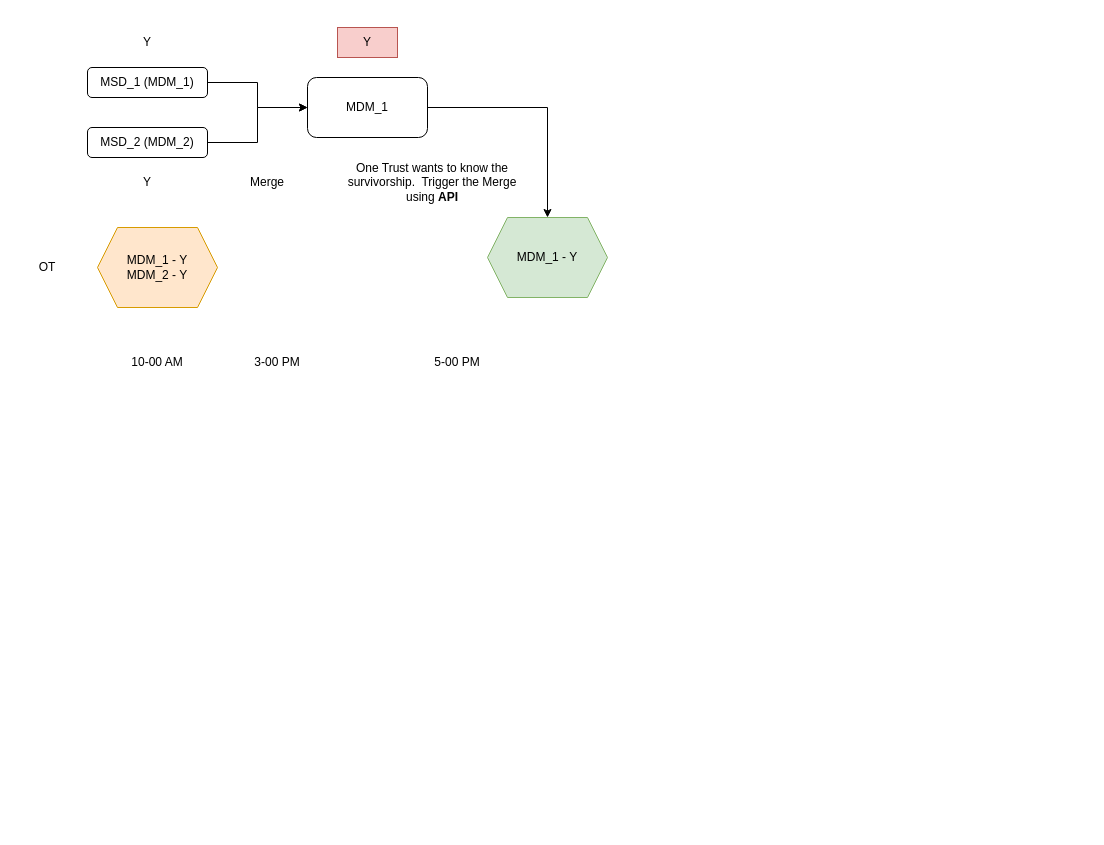
Above: page "MDM-Merge-OT" (33 of 33) of TME.drawio in biswarup81/drawings (draw.io), before the change. Source tidied: cells renumbered, new cells numbered last; positions are measured from the earlier drawing's top-left corner, leaving out a move shared by most shapes. Both pictures are drawn from the tidied source at 100%, with x=0, y=0 at pixel (17, 27).
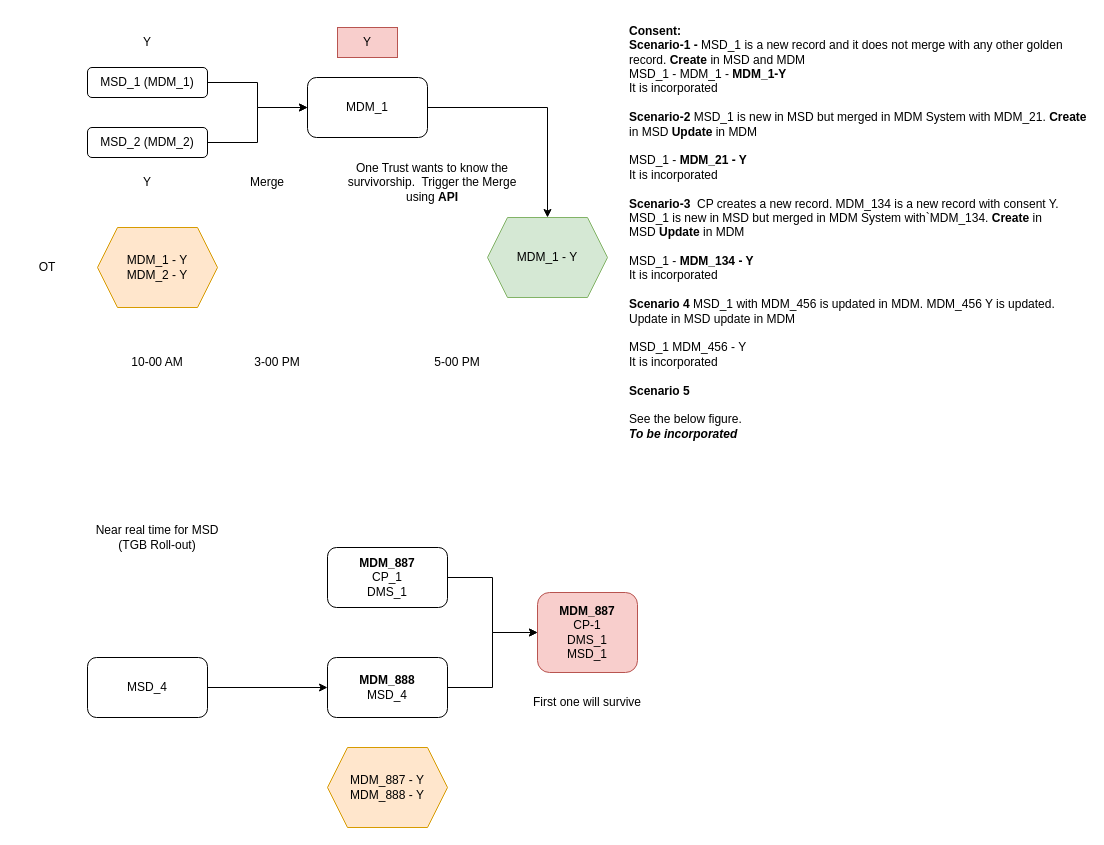
After the change.

The edit, as a diff of the source:
```diff
@@
+    <mxCell id="19" value="&lt;b&gt;Consent:&lt;br&gt;Scenario-1 - &lt;/b&gt;MSD_1 is a new record and it does not merge with any other golden record. &lt;b&gt;Create &lt;/b&gt;in MSD and MDM&lt;br&gt;MSD_1 - MDM_1 - &lt;b&gt;MDM_1-Y&lt;/b&gt;&lt;br&gt;It is incorporated&lt;br&gt;&lt;br&gt;&lt;b&gt;Scenario-2 &lt;/b&gt;MSD_1 is new in MSD but merged in MDM System with MDM_21. &lt;b&gt;Create &lt;/b&gt;in MSD &lt;b&gt;Update &lt;/b&gt;in MDM&lt;br&gt;&lt;br&gt;MSD_1 - &lt;b&gt;MDM_21 - Y&lt;/b&gt;&lt;br&gt;It is incorporated&lt;br&gt;&lt;br&gt;&lt;b&gt;Scenario-3&amp;nbsp;&lt;/b&gt;&amp;nbsp;CP creates a new record. MDM_134 is a new record with consent Y. MSD_1 is new in MSD but merged in MDM System with`MDM_134.&amp;nbsp;&lt;b style=&quot;border-color: var(--border-color);&quot;&gt;Create&amp;nbsp;&lt;/b&gt;in MSD&amp;nbsp;&lt;b style=&quot;border-color: var(--border-color);&quot;&gt;Update&amp;nbsp;&lt;/b&gt;in MDM&lt;br&gt;&lt;br&gt;MSD_1 -&amp;nbsp;&lt;b style=&quot;border-color: var(--border-color);&quot;&gt;MDM_134 - Y&lt;br&gt;&lt;/b&gt;It is incorporated&lt;br&gt;&lt;br&gt;&lt;b&gt;Scenario 4 &lt;/b&gt;MSD_1 with MDM_456 is updated in MDM. MDM_456 Y is updated. Update in MSD update in MDM&lt;br&gt;&lt;br&gt;MSD_1 MDM_456 - Y&lt;br&gt;It is incorporated&lt;br&gt;&lt;br&gt;&lt;b&gt;Scenario 5&amp;nbsp;&lt;br&gt;&lt;/b&gt;&lt;br&gt;See the below figure.&lt;br&gt;&lt;i&gt;&lt;b&gt;To be incorporated&lt;/b&gt;&lt;/i&gt;" style="text;html=1;strokeColor=none;fillColor=none;align=left;verticalAlign=middle;whiteSpace=wrap;rounded=0;" parent="1" vertex="1">
+      <mxGeometry x="610" y="-10" width="460" height="430" as="geometry" />
+    </mxCell>
+    <mxCell id="20" style="edgeStyle=orthogonalEdgeStyle;rounded=0;jettySize=auto;html=1;" parent="1" edge="1" source="21" target="26">
+      <mxGeometry relative="1" as="geometry" />
+    </mxCell>
+    <mxCell id="21" value="&lt;b&gt;MDM_887&lt;/b&gt;&lt;br&gt;CP_1&lt;br&gt;DMS_1" style="rounded=1;whiteSpace=wrap;html=1;" parent="1" vertex="1">
+      <mxGeometry x="310" y="520" width="120" height="60" as="geometry" />
+    </mxCell>
+    <mxCell id="22" style="edgeStyle=orthogonalEdgeStyle;rounded=0;jettySize=auto;html=1;" parent="1" edge="1" source="23" target="26">
+      <mxGeometry relative="1" as="geometry" />
+    </mxCell>
+    <mxCell id="23" value="&lt;b&gt;MDM_888&lt;/b&gt;&lt;br&gt;MSD_4" style="rounded=1;whiteSpace=wrap;html=1;" parent="1" vertex="1">
+      <mxGeometry x="310" y="630" width="120" height="60" as="geometry" />
+    </mxCell>
+    <mxCell id="24" style="edgeStyle=orthogonalEdgeStyle;rounded=0;jettySize=auto;html=1;" parent="1" edge="1" source="25" target="23">
+      <mxGeometry relative="1" as="geometry" />
+    </mxCell>
+    <mxCell id="25" value="MSD_4" style="rounded=1;whiteSpace=wrap;html=1;" parent="1" vertex="1">
+      <mxGeometry x="70" y="630" width="120" height="60" as="geometry" />
+    </mxCell>
+    <mxCell id="26" value="&lt;b&gt;MDM_887&lt;/b&gt;&lt;br&gt;CP-1&lt;br&gt;DMS_1&lt;br&gt;MSD_1" style="rounded=1;whiteSpace=wrap;html=1;fillColor=#f8cecc;strokeColor=#b85450;" parent="1" vertex="1">
+      <mxGeometry x="520" y="565" width="100" height="80" as="geometry" />
+    </mxCell>
+    <mxCell id="27" value="First one will survive" style="text;html=1;strokeColor=none;fillColor=none;align=center;verticalAlign=middle;whiteSpace=wrap;rounded=0;" parent="1" vertex="1">
+      <mxGeometry x="490" y="660" width="160" height="30" as="geometry" />
+    </mxCell>
+    <mxCell id="28" value="MDM_887 - Y&lt;br&gt;MDM_888 - Y" style="shape=hexagon;perimeter=hexagonPerimeter2;whiteSpace=wrap;html=1;fixedSize=1;fillColor=#ffe6cc;strokeColor=#d79b00;" parent="1" vertex="1">
+      <mxGeometry x="310" y="720" width="120" height="80" as="geometry" />
+    </mxCell>
+    <mxCell id="29" value="Near real time for MSD&lt;br&gt;(TGB Roll-out)" style="text;html=1;strokeColor=none;fillColor=none;align=center;verticalAlign=middle;whiteSpace=wrap;rounded=0;" parent="1" vertex="1">
+      <mxGeometry x="60" y="490" width="160" height="40" as="geometry" />
+    </mxCell>
```
